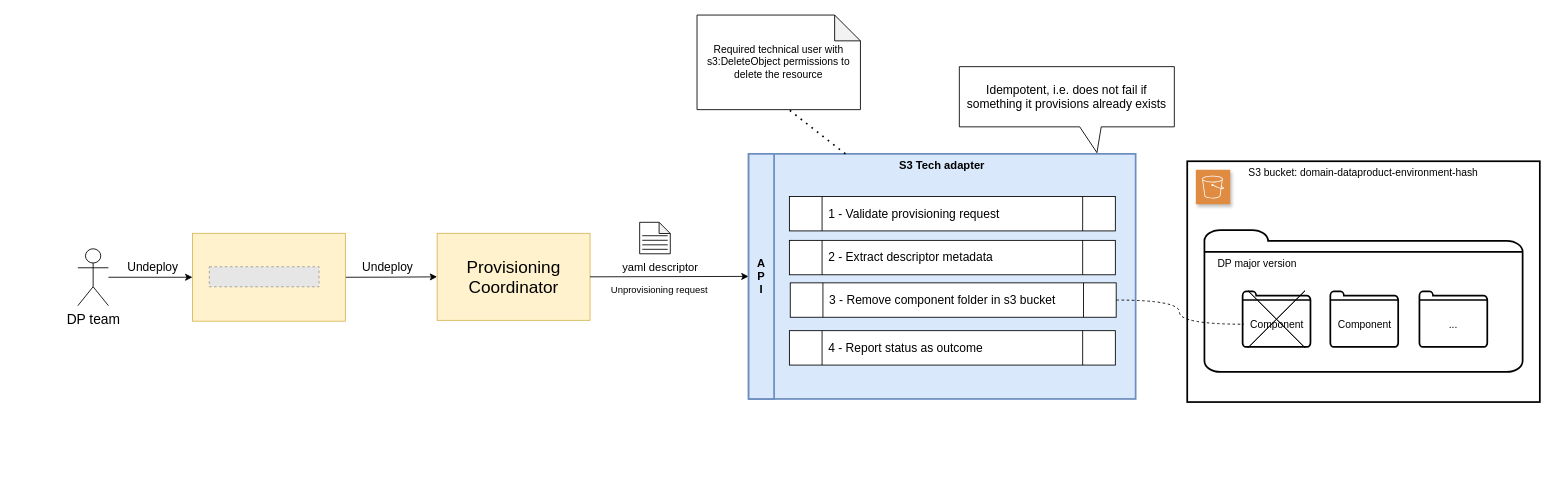
Before: page "S3 bucket - unprovisioning" (2 of 2) of docs/HLD.drawio in agile-lab-dev/witboost-aws-s3-tech-adapter, a draw.io diagram. Source tidied: cells renumbered, new cells numbered last; positions are measured from the earlier drawing's top-left corner, leaving out a move shared by most shapes. Both pictures are drawn from the tidied source at 86%, with x=0, y=0 at pixel (77, 15). Pictures stored in the file or linked from it are replaced by grey dashed boxes.
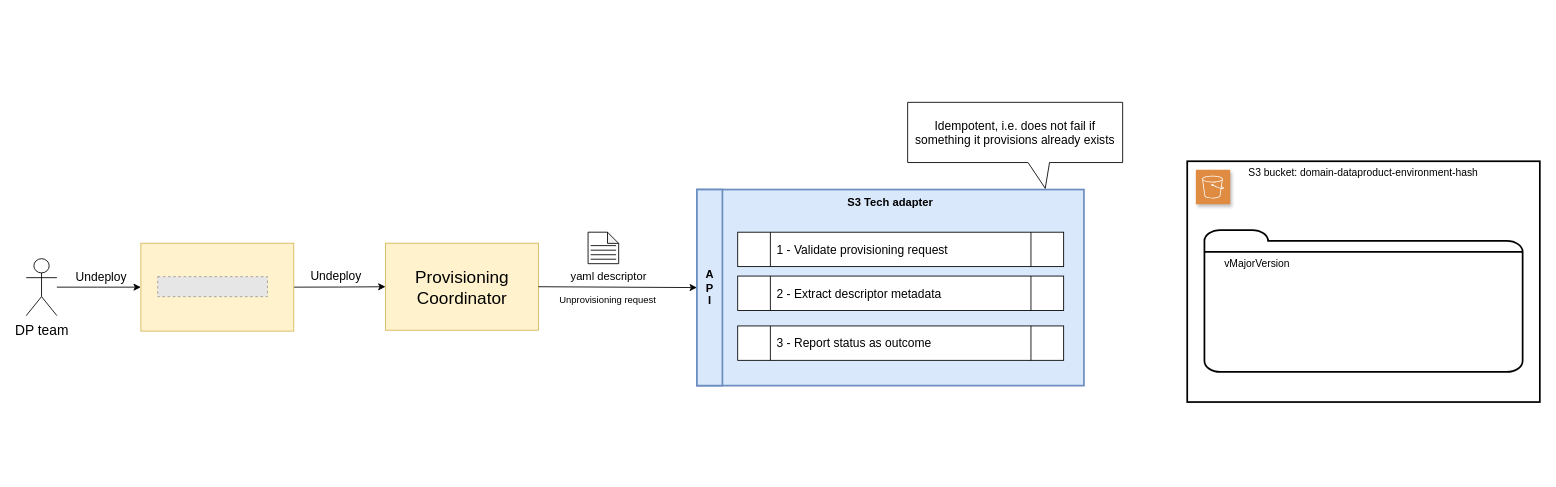
The same page after the edit.

The change refers to these unchanged cells:
```xml
<mxCell id="23" style="group;" parent="22" vertex="1">
  <mxGeometry y="65.4" width="450" height="430" as="geometry" />
</mxCell>
<mxCell id="35" style="group;" parent="1" vertex="1">
  <mxGeometry x="1310" y="250" width="370" height="165" as="geometry" />
</mxCell>
```

Diff of the diagram source:
```diff
@@
     <mxCell id="2" style="group;" parent="1" vertex="1">
-      <mxGeometry y="241" width="720" height="115" as="geometry" />
+      <mxGeometry x="-60" y="252.5" width="720" height="115" as="geometry" />
     </mxCell>
@@
     <mxCell id="22" style="group;" parent="1" vertex="1">
-      <mxGeometry x="780" y="24" width="506" height="495.4" as="geometry" />
+      <mxGeometry x="720" y="35.5" width="506" height="495.4" as="geometry" />
     </mxCell>
@@
     <mxCell id="24" value="S3 Tech adapter" style="rounded=0;whiteSpace=wrap;html=1;fontStyle=1;strokeWidth=2;fontSize=13;verticalAlign=top;fillColor=#dae8fc;strokeColor=#6c8ebf;" parent="23" vertex="1">
-      <mxGeometry y="72" width="450" height="285" as="geometry" />
+      <mxGeometry x="-0.1" y="102" width="450" height="228" as="geometry" />
     </mxCell>
     <mxCell id="25" value="A&lt;br style=&quot;font-size: 13px;&quot;&gt;P&lt;br style=&quot;font-size: 13px;&quot;&gt;I" style="rounded=0;whiteSpace=wrap;html=1;fontStyle=1;strokeWidth=2;fontSize=13;fillColor=#dae8fc;strokeColor=#6c8ebf;" parent="23" vertex="1">
-      <mxGeometry y="72" width="29.6" height="285" as="geometry" />
+      <mxGeometry x="-0.1" y="102" width="29.6" height="228" as="geometry" />
     </mxCell>
-    <mxCell id="26" value="4 - Report status as outcome" style="shape=process;whiteSpace=wrap;html=1;backgroundOutline=1;align=left;fontSize=14;spacingLeft=6;" parent="23" vertex="1">
-      <mxGeometry x="47.4" y="277.6" width="379" height="40" as="geometry" />
+    <mxCell id="26" value="3 - Report status as outcome" style="shape=process;whiteSpace=wrap;html=1;backgroundOutline=1;align=left;fontSize=14;spacingLeft=6;" parent="23" vertex="1">
+      <mxGeometry x="47.3" y="260.6" width="379" height="40" as="geometry" />
     </mxCell>
-    <mxCell id="27" value="3 - Remove component folder in s3 bucket" style="shape=process;whiteSpace=wrap;html=1;backgroundOutline=1;align=left;fontSize=14;spacingLeft=6;" parent="23" vertex="1">
-      <mxGeometry x="48.4" y="222" width="379" height="40" as="geometry" />
-    </mxCell>
     <mxCell id="28" value="1 - Validate provisioning request" style="shape=process;whiteSpace=wrap;html=1;backgroundOutline=1;align=left;fontSize=14;spacingLeft=6;" parent="23" vertex="1">
-      <mxGeometry x="47.4" y="121.6" width="379" height="40" as="geometry" />
+      <mxGeometry x="47.3" y="151.6" width="379" height="40" as="geometry" />
     </mxCell>
     <mxCell id="29" value="2 - Extract descriptor metadata" style="shape=process;whiteSpace=wrap;html=1;backgroundOutline=1;align=left;fontSize=14;spacingLeft=6;" parent="23" vertex="1">
-      <mxGeometry x="47.4" y="172.6" width="379" height="40" as="geometry" />
+      <mxGeometry x="47.3" y="202.6" width="379" height="40" as="geometry" />
     </mxCell>
     <mxCell id="30" value="Idempotent, i.e. does not fail if something it provisions already exists" style="shape=callout;whiteSpace=wrap;html=1;perimeter=calloutPerimeter;flipH=1;spacing=4;flipV=1;fontSize=14;position2=0.64;base=25;size=30;position=0.56;direction=west;" parent="22" vertex="1">
-      <mxGeometry x="245" y="36" width="250" height="100" as="geometry" />
+      <mxGeometry x="244.9" y="66" width="250" height="100" as="geometry" />
     </mxCell>
-    <mxCell id="31" style="group;" parent="1" vertex="1">
-      <mxGeometry x="720" width="190" height="110" as="geometry" />
-    </mxCell>
-    <mxCell id="32" value="Required technical user with s3:DeleteObject permissions to delete the resource" style="shape=note;whiteSpace=wrap;html=1;backgroundOutline=1;darkOpacity=0.05;" parent="31" vertex="1">
-      <mxGeometry width="190" height="110" as="geometry" />
-    </mxCell>
-    <mxCell id="33" style="endArrow=none;dashed=1;html=1;dashPattern=1 3;strokeWidth=2;rounded=0;entryX=0.547;entryY=0.98;entryDx=0;entryDy=0;entryPerimeter=0;exitX=0.25;exitY=0;exitDx=0;exitDy=0;" parent="31" edge="1" source="24" target="32">
-      <mxGeometry relative="1" as="geometry" />
-    </mxCell>
@@
-    <mxCell id="37" value="DP major version" style="text;html=1;align=center;verticalAlign=middle;whiteSpace=wrap;rounded=0;" parent="35" vertex="1">
+    <mxCell id="37" value="vMajorVersion" style="text;html=1;align=center;verticalAlign=middle;whiteSpace=wrap;rounded=0;" parent="35" vertex="1">
       <mxGeometry y="26.8" width="123.3" height="26.8" as="geometry" />
     </mxCell>
-    <mxCell id="38" style="group;" parent="35" vertex="1">
-      <mxGeometry x="44.4" y="71.4" width="86.3" height="79.2" as="geometry" />
-    </mxCell>
-    <mxCell id="39" style="html=1;verticalLabelPosition=bottom;align=center;labelBackgroundColor=#ffffff;verticalAlign=top;strokeWidth=2;strokeColor=#000000;shadow=0;dashed=0;shape=mxgraph.ios7.icons.folder;" parent="38" vertex="1">
-      <mxGeometry width="78.9" height="64.5" as="geometry" />
-    </mxCell>
-    <mxCell id="40" value="Component" style="text;html=1;align=center;verticalAlign=middle;whiteSpace=wrap;rounded=0;" parent="38" vertex="1">
-      <mxGeometry x="26.1" y="29.5" width="26.6" height="17.7" as="geometry" />
-    </mxCell>
-    <mxCell id="41" style="group;" parent="38" vertex="1">
-      <mxGeometry x="102" width="78.9" height="64.5" as="geometry" />
-    </mxCell>
-    <mxCell id="42" style="html=1;verticalLabelPosition=bottom;align=center;labelBackgroundColor=#ffffff;verticalAlign=top;strokeWidth=2;strokeColor=#000000;shadow=0;dashed=0;shape=mxgraph.ios7.icons.folder;" parent="41" vertex="1">
-      <mxGeometry width="78.9" height="64.5" as="geometry" />
-    </mxCell>
-    <mxCell id="43" value="Component" style="text;html=1;align=center;verticalAlign=middle;whiteSpace=wrap;rounded=0;" parent="41" vertex="1">
-      <mxGeometry x="26.1" y="29.5" width="26.6" height="17.7" as="geometry" />
-    </mxCell>
-    <mxCell id="44" style="shape=cross;whiteSpace=wrap;html=1;rotation=45;size=0;fontColor=#ff0000;" parent="38" vertex="1">
-      <mxGeometry x="-7.4" y="-14.6" width="93.6" height="93.8" as="geometry" />
-    </mxCell>
-    <mxCell id="45" style="group;" parent="35" vertex="1">
-      <mxGeometry x="250" y="71.4" width="78.9" height="64.5" as="geometry" />
-    </mxCell>
-    <mxCell id="46" style="html=1;verticalLabelPosition=bottom;align=center;labelBackgroundColor=#ffffff;verticalAlign=top;strokeWidth=2;strokeColor=#000000;shadow=0;dashed=0;shape=mxgraph.ios7.icons.folder;" parent="45" vertex="1">
-      <mxGeometry width="78.9" height="64.5" as="geometry" />
-    </mxCell>
-    <mxCell id="47" value="..." style="text;html=1;align=center;verticalAlign=middle;whiteSpace=wrap;rounded=0;" parent="45" vertex="1">
-      <mxGeometry x="26.1" y="29.5" width="26.6" height="17.7" as="geometry" />
-    </mxCell>
@@
-    <mxCell id="49" style="edgeStyle=orthogonalEdgeStyle;rounded=0;jettySize=auto;html=1;curved=1;dashed=1;endArrow=none;endFill=0;entryX=0.02;entryY=0.591;entryDx=0;entryDy=0;entryPerimeter=0;" parent="1" edge="1" source="27" target="39">
-      <mxGeometry relative="1" as="geometry" />
-    </mxCell>
```
